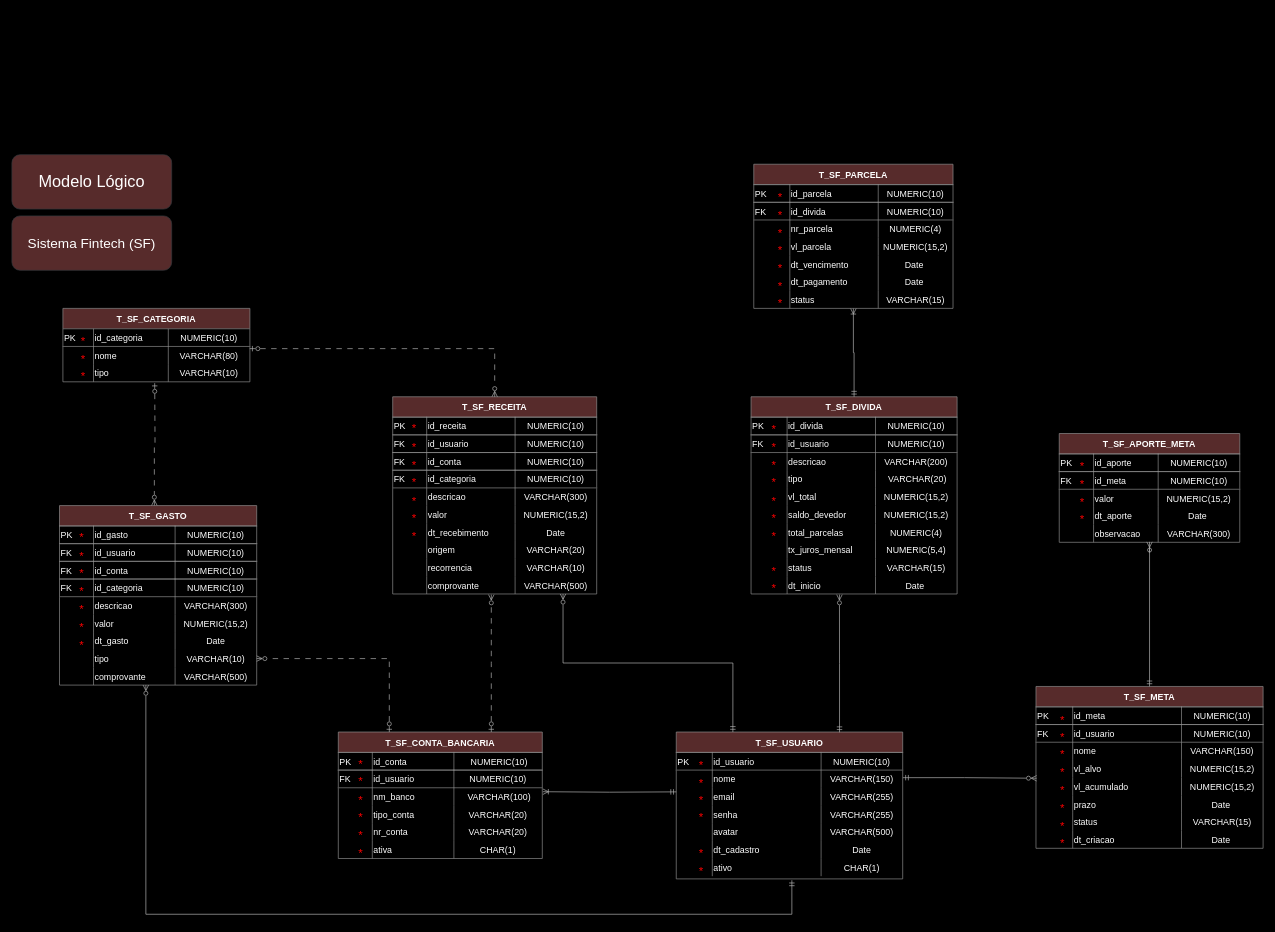
This is page "Modelo Lógico" (1 of 2) of docs/03-modelagem-de-dados/modelo-relacional.drawio from carvalho-larissa/fiap-fintech-project, a draw.io file, before an edit. Source tidied: cells renumbered, new cells numbered last; positions are measured from the earlier drawing's top-left corner, leaving out a move shared by most shapes. Both pictures are drawn from the tidied source at 68%, with x=0, y=0 at pixel (12, 154).
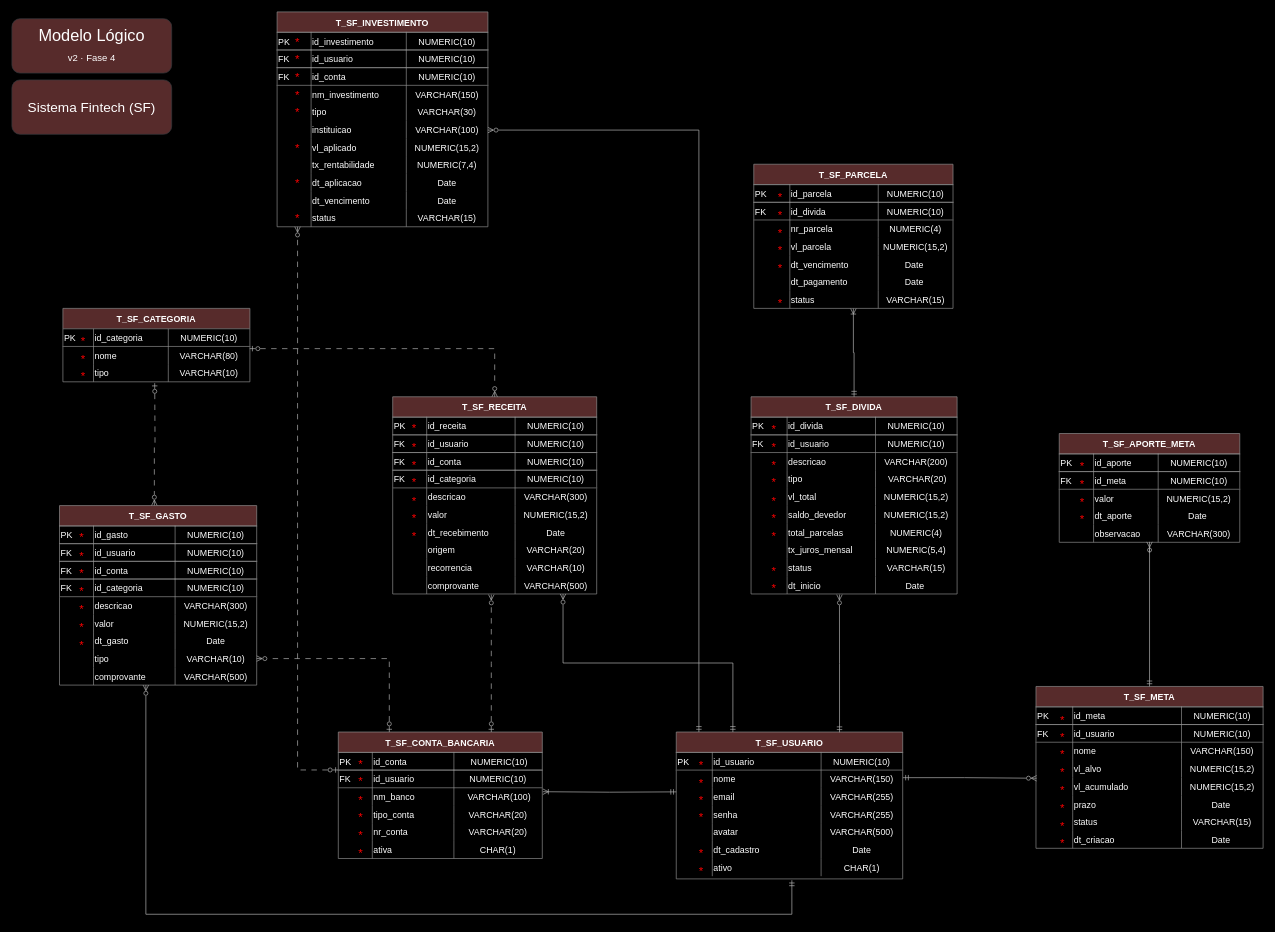
After the change.

The change refers to these unchanged cells:
```xml
<mxCell id="2" value="T_SF_USUARIO" style="shape=table;startSize=30;childLayout=tableLayout;rowLines=0;fontStyle=1;align=center;fillColor=light-dark(#572B2B,#572B2B);strokeColor=light-dark(#8C8C8C,#8C8C8C);fontSize=13;fontColor=light-dark(#FFFFFF,#FFFFFF);swimlaneFillColor=light-dark(#000000,#000000);" parent="1" vertex="1">
  <mxGeometry x="977" y="849" width="333" height="216" as="geometry" />
</mxCell>
<mxCell id="31" value="T_SF_CONTA_BANCARIA" style="shape=table;startSize=30;childLayout=tableLayout;rowLines=0;fontStyle=1;align=center;fillColor=light-dark(#572B2B,#572B2B);strokeColor=light-dark(#8C8C8C,#8C8C8C);fontSize=13;fontColor=light-dark(#FFFFFF,#FFFFFF);swimlaneFillColor=light-dark(#000000,#000000);" parent="1" vertex="1">
  <mxGeometry x="480" y="849" width="300" height="186" as="geometry" />
</mxCell>
```

The edit, as a diff of the source:
```diff
@@
-    <mxCell id="283" value="Modelo Lógico" style="rounded=1;whiteSpace=wrap;html=1;fillColor=light-dark(#572B2B,#572B2B);strokeColor=#36393d;fontStyle=0;fontSize=24;fontColor=light-dark(#FFFFFF,#FFFFFF);" parent="1" vertex="1">
-      <mxGeometry width="235" height="80" as="geometry" />
+    <mxCell id="283" value="Modelo Lógico&lt;br&gt;&lt;font style=&quot;font-size: 14px;&quot;&gt;v2 · Fase 4&lt;/font&gt;" style="rounded=1;whiteSpace=wrap;html=1;fillColor=light-dark(#572B2B,#572B2B);strokeColor=#36393d;fontStyle=0;fontSize=24;fontColor=light-dark(#FFFFFF,#FFFFFF);" parent="1" vertex="1">
+      <mxGeometry y="-200" width="235" height="80" as="geometry" />
     </mxCell>
     <mxCell id="284" value="Sistema Fintech (SF)" style="rounded=1;whiteSpace=wrap;html=1;fillColor=light-dark(#572B2B,#572B2B);strokeColor=#36393d;fontStyle=0;fontSize=20;fontColor=light-dark(#FFFFFF,#FFFFFF);" parent="1" vertex="1">
-      <mxGeometry y="90" width="235" height="80" as="geometry" />
+      <mxGeometry y="-110" width="235" height="80" as="geometry" />
     </mxCell>
@@
-    <mxCell id="337" value="*" style="text;html=1;whiteSpace=wrap;strokeColor=none;fillColor=none;align=center;verticalAlign=middle;rounded=0;fontSize=17;fontColor=light-dark(#FF0000,#FF0000);" parent="1" vertex="1">
-      <mxGeometry x="1120" y="184" width="20" height="20" as="geometry" />
-    </mxCell>
@@
+    <mxCell id="342" value="T_SF_INVESTIMENTO" style="shape=table;startSize=30;childLayout=tableLayout;rowLines=0;fontStyle=1;align=center;fillColor=light-dark(#572B2B,#572B2B);strokeColor=light-dark(#8C8C8C,#8C8C8C);fontSize=13;fontColor=light-dark(#FFFFFF,#FFFFFF);swimlaneFillColor=light-dark(#000000,#000000);" parent="1" vertex="1">
+      <mxGeometry x="390" y="-210" width="310" height="316" as="geometry" />
+    </mxCell>
+    <mxCell id="343" style="shape=tableRow;horizontal=0;startSize=0;swimlaneHead=0;swimlaneBody=0;fillColor=none;fontSize=13;top=0;left=0;right=0;bottom=1;" parent="342" vertex="1">
+      <mxGeometry y="30" width="310" height="26" as="geometry" />
+    </mxCell>
+    <mxCell id="344" value="PK" style="shape=partialRectangle;fillColor=none;top=1;left=0;bottom=1;right=0;overflow=hidden;fontSize=13;align=left;fontColor=light-dark(#FFFFFF,#FFFFFF);strokeColor=light-dark(#8C8C8C,#8C8C8C);" parent="343" vertex="1">
+      <mxGeometry width="50" height="26" as="geometry" />
+    </mxCell>
+    <mxCell id="345" value="id_investimento" style="shape=partialRectangle;fillColor=none;top=1;left=0;bottom=1;right=0;overflow=hidden;fontSize=13;align=left;fontColor=light-dark(#FFFFFF,#FFFFFF);strokeColor=light-dark(#8C8C8C,#8C8C8C);" parent="343" vertex="1">
+      <mxGeometry x="50" width="140" height="26" as="geometry" />
+    </mxCell>
+    <mxCell id="346" value="NUMERIC(10)" style="shape=partialRectangle;fillColor=none;top=1;left=0;bottom=1;right=0;overflow=hidden;fontSize=13;fontColor=light-dark(#FFFFFF,#FFFFFF);strokeColor=light-dark(#8C8C8C,#8C8C8C);" parent="343" vertex="1">
+      <mxGeometry x="190" width="120" height="26" as="geometry" />
+    </mxCell>
+    <mxCell id="347" style="shape=tableRow;horizontal=0;startSize=0;swimlaneHead=0;swimlaneBody=0;fillColor=none;fontSize=13;top=0;left=0;right=0;bottom=1;" parent="342" vertex="1">
+      <mxGeometry y="56" width="310" height="26" as="geometry" />
+    </mxCell>
+    <mxCell id="348" value="FK" style="shape=partialRectangle;fillColor=none;top=1;left=0;bottom=1;right=0;overflow=hidden;fontSize=13;align=left;fontColor=light-dark(#FFFFFF,#FFFFFF);strokeColor=light-dark(#8C8C8C,#8C8C8C);" parent="347" vertex="1">
+      <mxGeometry width="50" height="26" as="geometry" />
+    </mxCell>
+    <mxCell id="349" value="id_usuario" style="shape=partialRectangle;fillColor=none;top=1;left=0;bottom=1;right=0;overflow=hidden;fontSize=13;align=left;fontColor=light-dark(#FFFFFF,#FFFFFF);strokeColor=light-dark(#8C8C8C,#8C8C8C);" parent="347" vertex="1">
+      <mxGeometry x="50" width="140" height="26" as="geometry" />
+    </mxCell>
+    <mxCell id="350" value="NUMERIC(10)" style="shape=partialRectangle;fillColor=none;top=1;left=0;bottom=1;right=0;overflow=hidden;fontSize=13;fontColor=light-dark(#FFFFFF,#FFFFFF);strokeColor=light-dark(#8C8C8C,#8C8C8C);" parent="347" vertex="1">
+      <mxGeometry x="190" width="120" height="26" as="geometry" />
+    </mxCell>
+    <mxCell id="351" style="shape=tableRow;horizontal=0;startSize=0;swimlaneHead=0;swimlaneBody=0;fillColor=none;fontSize=13;top=0;left=0;right=0;bottom=1;" parent="342" vertex="1">
+      <mxGeometry y="82" width="310" height="26" as="geometry" />
+    </mxCell>
+    <mxCell id="352" value="FK" style="shape=partialRectangle;fillColor=none;top=1;left=0;bottom=1;right=0;overflow=hidden;fontSize=13;align=left;fontColor=light-dark(#FFFFFF,#FFFFFF);strokeColor=light-dark(#8C8C8C,#8C8C8C);" parent="351" vertex="1">
+      <mxGeometry width="50" height="26" as="geometry" />
+    </mxCell>
+    <mxCell id="353" value="id_conta" style="shape=partialRectangle;fillColor=none;top=1;left=0;bottom=1;right=0;overflow=hidden;fontSize=13;align=left;fontColor=light-dark(#FFFFFF,#FFFFFF);strokeColor=light-dark(#8C8C8C,#8C8C8C);" parent="351" vertex="1">
+      <mxGeometry x="50" width="140" height="26" as="geometry" />
+    </mxCell>
+    <mxCell id="354" value="NUMERIC(10)" style="shape=partialRectangle;fillColor=none;top=1;left=0;bottom=1;right=0;overflow=hidden;fontSize=13;fontColor=light-dark(#FFFFFF,#FFFFFF);strokeColor=light-dark(#8C8C8C,#8C8C8C);" parent="351" vertex="1">
+      <mxGeometry x="190" width="120" height="26" as="geometry" />
+    </mxCell>
+    <mxCell id="355" style="shape=tableRow;horizontal=0;startSize=0;swimlaneHead=0;swimlaneBody=0;fillColor=none;fontSize=13;top=0;left=0;right=0;bottom=0;" parent="342" vertex="1">
+      <mxGeometry y="108" width="310" height="26" as="geometry" />
+    </mxCell>
+    <mxCell id="356" style="shape=partialRectangle;fillColor=none;top=0;left=0;bottom=0;right=0;overflow=hidden;fontSize=13;fontColor=light-dark(#FFFFFF,#FFFFFF);" parent="355" vertex="1">
+      <mxGeometry width="50" height="26" as="geometry" />
+    </mxCell>
+    <mxCell id="357" value="   nm_investimento" style="shape=partialRectangle;fillColor=none;top=0;left=0;bottom=0;right=0;overflow=hidden;fontSize=13;align=left;fontColor=light-dark(#FFFFFF,#FFFFFF);" parent="355" vertex="1">
+      <mxGeometry x="50" width="140" height="26" as="geometry" />
+    </mxCell>
+    <mxCell id="358" value="VARCHAR(150)" style="shape=partialRectangle;fillColor=none;top=0;left=0;bottom=0;right=0;overflow=hidden;fontSize=13;fontColor=light-dark(#FFFFFF,#FFFFFF);" parent="355" vertex="1">
+      <mxGeometry x="190" width="120" height="26" as="geometry" />
+    </mxCell>
+    <mxCell id="359" style="shape=tableRow;horizontal=0;startSize=0;swimlaneHead=0;swimlaneBody=0;fillColor=none;fontSize=13;top=0;left=0;right=0;bottom=0;" parent="342" vertex="1">
+      <mxGeometry y="134" width="310" height="26" as="geometry" />
+    </mxCell>
+    <mxCell id="360" style="shape=partialRectangle;fillColor=none;top=0;left=0;bottom=0;right=0;overflow=hidden;fontSize=13;fontColor=light-dark(#FFFFFF,#FFFFFF);" parent="359" vertex="1">
+      <mxGeometry width="50" height="26" as="geometry" />
+    </mxCell>
+    <mxCell id="361" value="   tipo" style="shape=partialRectangle;fillColor=none;top=0;left=0;bottom=0;right=0;overflow=hidden;fontSize=13;align=left;fontColor=light-dark(#FFFFFF,#FFFFFF);" parent="359" vertex="1">
+      <mxGeometry x="50" width="140" height="26" as="geometry" />
+    </mxCell>
+    <mxCell id="362" value="VARCHAR(30)" style="shape=partialRectangle;fillColor=none;top=0;left=0;bottom=0;right=0;overflow=hidden;fontSize=13;fontColor=light-dark(#FFFFFF,#FFFFFF);" parent="359" vertex="1">
+      <mxGeometry x="190" width="120" height="26" as="geometry" />
+    </mxCell>
+    <mxCell id="363" style="shape=tableRow;horizontal=0;startSize=0;swimlaneHead=0;swimlaneBody=0;fillColor=none;fontSize=13;top=0;left=0;right=0;bottom=0;" parent="342" vertex="1">
+      <mxGeometry y="160" width="310" height="26" as="geometry" />
+    </mxCell>
+    <mxCell id="364" style="shape=partialRectangle;fillColor=none;top=0;left=0;bottom=0;right=0;overflow=hidden;fontSize=13;fontColor=light-dark(#FFFFFF,#FFFFFF);" parent="363" vertex="1">
+      <mxGeometry width="50" height="26" as="geometry" />
+    </mxCell>
+    <mxCell id="365" value="   instituicao" style="shape=partialRectangle;fillColor=none;top=0;left=0;bottom=0;right=0;overflow=hidden;fontSize=13;align=left;fontColor=light-dark(#FFFFFF,#FFFFFF);" parent="363" vertex="1">
+      <mxGeometry x="50" width="140" height="26" as="geometry" />
+    </mxCell>
+    <mxCell id="366" value="VARCHAR(100)" style="shape=partialRectangle;fillColor=none;top=0;left=0;bottom=0;right=0;overflow=hidden;fontSize=13;fontColor=light-dark(#FFFFFF,#FFFFFF);" parent="363" vertex="1">
+      <mxGeometry x="190" width="120" height="26" as="geometry" />
+    </mxCell>
+    <mxCell id="367" style="shape=tableRow;horizontal=0;startSize=0;swimlaneHead=0;swimlaneBody=0;fillColor=none;fontSize=13;top=0;left=0;right=0;bottom=0;" parent="342" vertex="1">
+      <mxGeometry y="186" width="310" height="26" as="geometry" />
+    </mxCell>
+    <mxCell id="368" style="shape=partialRectangle;fillColor=none;top=0;left=0;bottom=0;right=0;overflow=hidden;fontSize=13;fontColor=light-dark(#FFFFFF,#FFFFFF);" parent="367" vertex="1">
+      <mxGeometry width="50" height="26" as="geometry" />
+    </mxCell>
+    <mxCell id="369" value="   vl_aplicado" style="shape=partialRectangle;fillColor=none;top=0;left=0;bottom=0;right=0;overflow=hidden;fontSize=13;align=left;fontColor=light-dark(#FFFFFF,#FFFFFF);" parent="367" vertex="1">
+      <mxGeometry x="50" width="140" height="26" as="geometry" />
+    </mxCell>
+    <mxCell id="370" value="NUMERIC(15,2)" style="shape=partialRectangle;fillColor=none;top=0;left=0;bottom=0;right=0;overflow=hidden;fontSize=13;fontColor=light-dark(#FFFFFF,#FFFFFF);" parent="367" vertex="1">
+      <mxGeometry x="190" width="120" height="26" as="geometry" />
+    </mxCell>
+    <mxCell id="371" style="shape=tableRow;horizontal=0;startSize=0;swimlaneHead=0;swimlaneBody=0;fillColor=none;fontSize=13;top=0;left=0;right=0;bottom=0;" parent="342" vertex="1">
+      <mxGeometry y="212" width="310" height="26" as="geometry" />
+    </mxCell>
+    <mxCell id="372" style="shape=partialRectangle;fillColor=none;top=0;left=0;bottom=0;right=0;overflow=hidden;fontSize=13;fontColor=light-dark(#FFFFFF,#FFFFFF);" parent="371" vertex="1">
+      <mxGeometry width="50" height="26" as="geometry" />
+    </mxCell>
+    <mxCell id="373" value="   tx_rentabilidade" style="shape=partialRectangle;fillColor=none;top=0;left=0;bottom=0;right=0;overflow=hidden;fontSize=13;align=left;fontColor=light-dark(#FFFFFF,#FFFFFF);" parent="371" vertex="1">
+      <mxGeometry x="50" width="140" height="26" as="geometry" />
+    </mxCell>
+    <mxCell id="374" value="NUMERIC(7,4)" style="shape=partialRectangle;fillColor=none;top=0;left=0;bottom=0;right=0;overflow=hidden;fontSize=13;fontColor=light-dark(#FFFFFF,#FFFFFF);" parent="371" vertex="1">
+      <mxGeometry x="190" width="120" height="26" as="geometry" />
+    </mxCell>
+    <mxCell id="375" style="shape=tableRow;horizontal=0;startSize=0;swimlaneHead=0;swimlaneBody=0;fillColor=none;fontSize=13;top=0;left=0;right=0;bottom=0;" parent="342" vertex="1">
+      <mxGeometry y="238" width="310" height="26" as="geometry" />
+    </mxCell>
+    <mxCell id="376" style="shape=partialRectangle;fillColor=none;top=0;left=0;bottom=0;right=0;overflow=hidden;fontSize=13;fontColor=light-dark(#FFFFFF,#FFFFFF);" parent="375" vertex="1">
+      <mxGeometry width="50" height="26" as="geometry" />
+    </mxCell>
+    <mxCell id="377" value="   dt_aplicacao" style="shape=partialRectangle;fillColor=none;top=0;left=0;bottom=0;right=0;overflow=hidden;fontSize=13;align=left;fontColor=light-dark(#FFFFFF,#FFFFFF);" parent="375" vertex="1">
+      <mxGeometry x="50" width="140" height="26" as="geometry" />
+    </mxCell>
+    <mxCell id="378" value="Date" style="shape=partialRectangle;fillColor=none;top=0;left=0;bottom=0;right=0;overflow=hidden;fontSize=13;fontColor=light-dark(#FFFFFF,#FFFFFF);" parent="375" vertex="1">
+      <mxGeometry x="190" width="120" height="26" as="geometry" />
+    </mxCell>
+    <mxCell id="379" style="shape=tableRow;horizontal=0;startSize=0;swimlaneHead=0;swimlaneBody=0;fillColor=none;fontSize=13;top=0;left=0;right=0;bottom=0;" parent="342" vertex="1">
+      <mxGeometry y="264" width="310" height="26" as="geometry" />
+    </mxCell>
+    <mxCell id="380" style="shape=partialRectangle;fillColor=none;top=0;left=0;bottom=0;right=0;overflow=hidden;fontSize=13;fontColor=light-dark(#FFFFFF,#FFFFFF);" parent="379" vertex="1">
+      <mxGeometry width="50" height="26" as="geometry" />
+    </mxCell>
+    <mxCell id="381" value="   dt_vencimento" style="shape=partialRectangle;fillColor=none;top=0;left=0;bottom=0;right=0;overflow=hidden;fontSize=13;align=left;fontColor=light-dark(#FFFFFF,#FFFFFF);" parent="379" vertex="1">
+      <mxGeometry x="50" width="140" height="26" as="geometry" />
+    </mxCell>
+    <mxCell id="382" value="Date" style="shape=partialRectangle;fillColor=none;top=0;left=0;bottom=0;right=0;overflow=hidden;fontSize=13;fontColor=light-dark(#FFFFFF,#FFFFFF);" parent="379" vertex="1">
+      <mxGeometry x="190" width="120" height="26" as="geometry" />
+    </mxCell>
+    <mxCell id="383" style="shape=tableRow;horizontal=0;startSize=0;swimlaneHead=0;swimlaneBody=0;fillColor=none;fontSize=13;top=0;left=0;right=0;bottom=0;" parent="342" vertex="1">
+      <mxGeometry y="290" width="310" height="26" as="geometry" />
+    </mxCell>
+    <mxCell id="384" style="shape=partialRectangle;fillColor=none;top=0;left=0;bottom=0;right=0;overflow=hidden;fontSize=13;fontColor=light-dark(#FFFFFF,#FFFFFF);" parent="383" vertex="1">
+      <mxGeometry width="50" height="26" as="geometry" />
+    </mxCell>
+    <mxCell id="385" value="   status" style="shape=partialRectangle;fillColor=none;top=0;left=0;bottom=0;right=0;overflow=hidden;fontSize=13;align=left;fontColor=light-dark(#FFFFFF,#FFFFFF);" parent="383" vertex="1">
+      <mxGeometry x="50" width="140" height="26" as="geometry" />
+    </mxCell>
+    <mxCell id="386" value="VARCHAR(15)" style="shape=partialRectangle;fillColor=none;top=0;left=0;bottom=0;right=0;overflow=hidden;fontSize=13;fontColor=light-dark(#FFFFFF,#FFFFFF);" parent="383" vertex="1">
+      <mxGeometry x="190" width="120" height="26" as="geometry" />
+    </mxCell>
+    <mxCell id="387" value="*" style="text;html=1;whiteSpace=wrap;strokeColor=none;fillColor=none;align=center;verticalAlign=middle;rounded=0;fontSize=17;fontColor=light-dark(#FF0000,#FF0000);" parent="1" vertex="1">
+      <mxGeometry x="410" y="-175" width="20" height="20" as="geometry" />
+    </mxCell>
+    <mxCell id="388" value="*" style="text;html=1;whiteSpace=wrap;strokeColor=none;fillColor=none;align=center;verticalAlign=middle;rounded=0;fontSize=17;fontColor=light-dark(#FF0000,#FF0000);" parent="1" vertex="1">
+      <mxGeometry x="410" y="-149" width="20" height="20" as="geometry" />
+    </mxCell>
+    <mxCell id="389" value="*" style="text;html=1;whiteSpace=wrap;strokeColor=none;fillColor=none;align=center;verticalAlign=middle;rounded=0;fontSize=17;fontColor=light-dark(#FF0000,#FF0000);" parent="1" vertex="1">
+      <mxGeometry x="410" y="-123" width="20" height="20" as="geometry" />
+    </mxCell>
+    <mxCell id="390" value="*" style="text;html=1;whiteSpace=wrap;strokeColor=none;fillColor=none;align=center;verticalAlign=middle;rounded=0;fontSize=17;fontColor=light-dark(#FF0000,#FF0000);" parent="1" vertex="1">
+      <mxGeometry x="410" y="-97" width="20" height="20" as="geometry" />
+    </mxCell>
+    <mxCell id="391" value="*" style="text;html=1;whiteSpace=wrap;strokeColor=none;fillColor=none;align=center;verticalAlign=middle;rounded=0;fontSize=17;fontColor=light-dark(#FF0000,#FF0000);" parent="1" vertex="1">
+      <mxGeometry x="410" y="-71" width="20" height="20" as="geometry" />
+    </mxCell>
+    <mxCell id="392" value="*" style="text;html=1;whiteSpace=wrap;strokeColor=none;fillColor=none;align=center;verticalAlign=middle;rounded=0;fontSize=17;fontColor=light-dark(#FF0000,#FF0000);" parent="1" vertex="1">
+      <mxGeometry x="410" y="-19" width="20" height="20" as="geometry" />
+    </mxCell>
+    <mxCell id="393" value="*" style="text;html=1;whiteSpace=wrap;strokeColor=none;fillColor=none;align=center;verticalAlign=middle;rounded=0;fontSize=17;fontColor=light-dark(#FF0000,#FF0000);" parent="1" vertex="1">
+      <mxGeometry x="410" y="33" width="20" height="20" as="geometry" />
+    </mxCell>
+    <mxCell id="394" value="*" style="text;html=1;whiteSpace=wrap;strokeColor=none;fillColor=none;align=center;verticalAlign=middle;rounded=0;fontSize=17;fontColor=light-dark(#FF0000,#FF0000);" parent="1" vertex="1">
+      <mxGeometry x="410" y="85" width="20" height="20" as="geometry" />
+    </mxCell>
+    <mxCell id="395" style="edgeStyle=orthogonalEdgeStyle;rounded=0;strokeColor=light-dark(#B3B3B3,#B3B3B3);strokeWidth=1;endArrow=ERzeroToMany;startArrow=ERmandOne;fontSize=13;endFill=0;startFill=0;exitX=0.1;exitY=0;exitDx=0;exitDy=0;exitPerimeter=0;entryX=1;entryY=0.55;entryDx=0;entryDy=0;entryPerimeter=0;" parent="1" edge="1" source="2" target="342">
+      <mxGeometry relative="1" as="geometry">
+        <Array as="points">
+          <mxPoint x="1010.3" y="-36.2" />
+        </Array>
+      </mxGeometry>
+    </mxCell>
+    <mxCell id="396" style="edgeStyle=orthogonalEdgeStyle;rounded=0;strokeColor=light-dark(#B3B3B3,#B3B3B3);strokeWidth=1;endArrow=ERzeroToMany;startArrow=ERzeroToOne;fontSize=13;endFill=0;startFill=0;dashed=1;dashPattern=8 8;exitX=0;exitY=0.3;exitDx=0;exitDy=0;exitPerimeter=0;entryX=0.097;entryY=1;entryDx=0;entryDy=0;entryPerimeter=0;" parent="1" edge="1" source="31" target="342">
+      <mxGeometry relative="1" as="geometry">
+        <Array as="points">
+          <mxPoint x="420" y="904.8" />
+        </Array>
+      </mxGeometry>
+    </mxCell>
```
